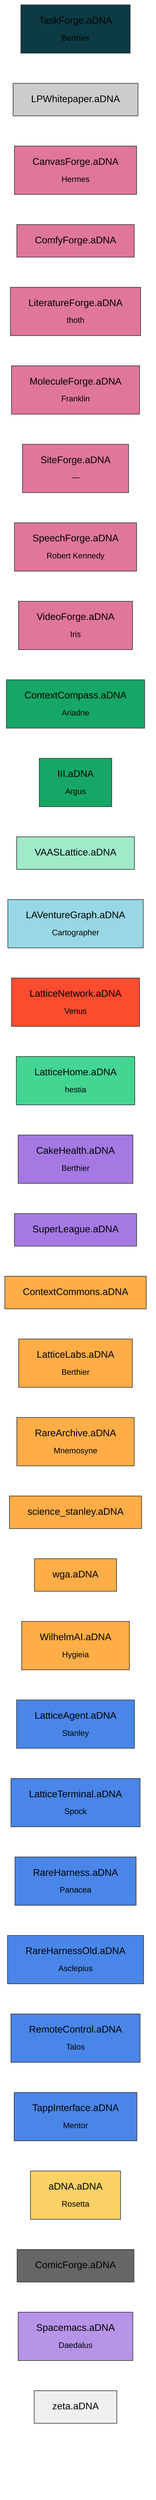
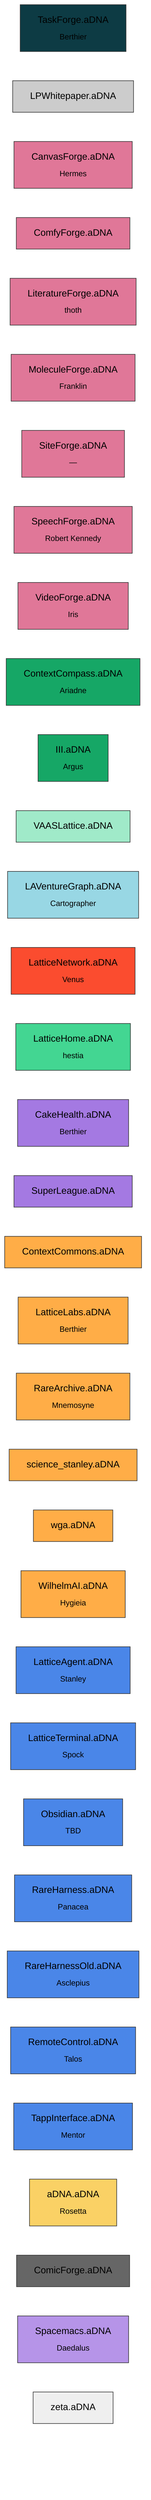
flowchart LR
  TaskForge.aDNA["TaskForge.aDNA<br><sub>Berthier</sub>"]:::classcoordination
  LPWhitepaper.aDNA["LPWhitepaper.aDNA"]:::classdocument
  CanvasForge.aDNA["CanvasForge.aDNA<br><sub>Hermes</sub>"]:::classforge
  ComfyForge.aDNA["ComfyForge.aDNA"]:::classforge
  literatureforge["LiteratureForge.aDNA<br><sub>thoth</sub>"]:::classforge
  MoleculeForge.aDNA["MoleculeForge.aDNA<br><sub>Franklin</sub>"]:::classforge
  SiteForge.aDNA["SiteForge.aDNA<br><sub>—</sub>"]:::classforge
  SpeechForge.aDNA["SpeechForge.aDNA<br><sub>Robert Kennedy</sub>"]:::classforge
  VideoForge.aDNA["VideoForge.aDNA<br><sub>Iris</sub>"]:::classforge
  ContextCompass.aDNA["ContextCompass.aDNA<br><sub>Ariadne</sub>"]:::classframework
  III.aDNA["III.aDNA<br><sub>Argus</sub>"]:::classframework
  VAASLattice.aDNA["VAASLattice.aDNA"]:::classframeworkcandidate
  LAVentureGraph.aDNA["LAVentureGraph.aDNA<br><sub>Cartographer</sub>"]:::classknowledgegraph
  LatticeNetwork.aDNA["LatticeNetwork.aDNA<br><sub>Venus</sub>"]:::classnetwork
  latticehome["LatticeHome.aDNA<br><sub>hestia</sub>"]:::classnodeoperational
  CakeHealth.aDNA["CakeHealth.aDNA<br><sub>Berthier</sub>"]:::classorggraph
  SuperLeague.aDNA["SuperLeague.aDNA"]:::classorggraph
  ContextCommons.aDNA["ContextCommons.aDNA"]:::classorgvault
  LatticeLabs.aDNA["LatticeLabs.aDNA<br><sub>Berthier</sub>"]:::classorgvault
  RareArchive.aDNA["RareArchive.aDNA<br><sub>Mnemosyne</sub>"]:::classorgvault
  science_stanley.aDNA["science_stanley.aDNA"]:::classorgvault
  wga.aDNA["wga.aDNA"]:::classorgvault
  WilhelmAI.aDNA["WilhelmAI.aDNA<br><sub>Hygieia</sub>"]:::classorgvault
  LatticeAgent.aDNA["LatticeAgent.aDNA<br><sub>Stanley</sub>"]:::classplatform
  LatticeTerminal.aDNA["LatticeTerminal.aDNA<br><sub>Spock</sub>"]:::classplatform
+   Obsidian.aDNA["Obsidian.aDNA<br><sub>TBD</sub>"]:::classplatform
  RareHarness.aDNA["RareHarness.aDNA<br><sub>Panacea</sub>"]:::classplatform
  RareHarnessOld.aDNA["RareHarnessOld.aDNA<br><sub>Asclepius</sub>"]:::classplatform
  RemoteControl.aDNA["RemoteControl.aDNA<br><sub>Talos</sub>"]:::classplatform
  TappInterface.aDNA["TappInterface.aDNA<br><sub>Mentor</sub>"]:::classplatform
  aDNA.aDNA["aDNA.aDNA<br><sub>Rosetta</sub>"]:::classstandarddev
  ComicForge.aDNA["ComicForge.aDNA"]:::classsuperseded
  Spacemacs.aDNA["Spacemacs.aDNA<br><sub>Daedalus</sub>"]:::classtooling
  zeta.aDNA["zeta.aDNA"]:::classworkspace


  classDef classforge fill:#e07798,stroke:#333,color:#000
  classDef classframework fill:#16a766,stroke:#333,color:#000
  classDef classframeworkcandidate fill:#a0eac9,stroke:#333,color:#000
  classDef classplatform fill:#4a86e8,stroke:#333,color:#000
  classDef classorgvault fill:#ffad47,stroke:#333,color:#000
  classDef classstandarddev fill:#fad165,stroke:#333,color:#000
  classDef classorggraph fill:#a479e2,stroke:#333,color:#000
  classDef classnetwork fill:#fb4c2f,stroke:#333,color:#000
  classDef classnodeoperational fill:#43d692,stroke:#333,color:#000
  classDef classcoordination fill:#0d3b44,stroke:#333,color:#000
  classDef classdocument fill:#cccccc,stroke:#333,color:#000
  classDef classknowledgegraph fill:#98d7e4,stroke:#333,color:#000
  classDef classtooling fill:#b694e8,stroke:#333,color:#000
  classDef classworkspace fill:#efefef,stroke:#333,color:#000
  classDef classsuperseded fill:#666666,stroke:#333,color:#000
